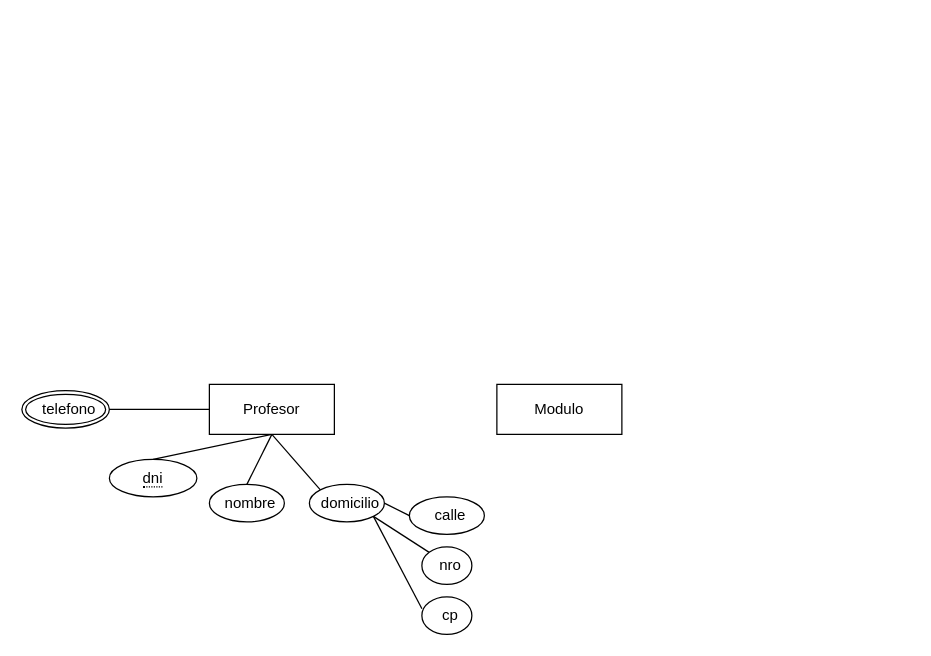
This is BaseDeDatos/ej1clase3.drawio from Donnie-MS/DiagramasUML-BaseDeDatos-Objetos2, a draw.io file, before an edit. Source tidied: cells renumbered, new cells numbered last; positions are measured from the earlier drawing's top-left corner, leaving out a move shared by most shapes. Both pictures are drawn from the tidied source at 125%, with x=0, y=0 at pixel (21, 384).
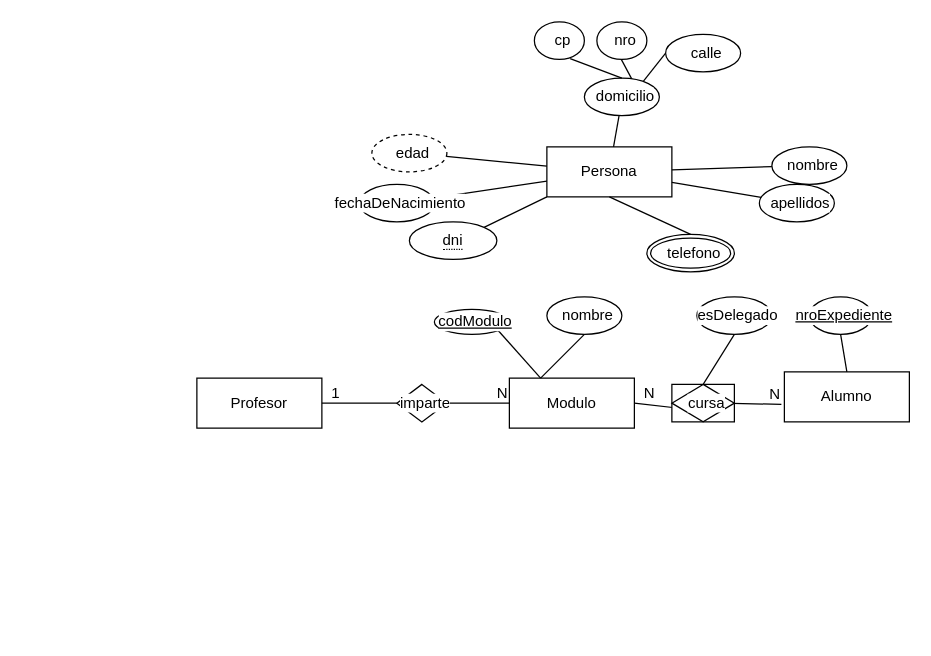
The same page after the edit.

Diff of the diagram source:
```diff
@@
-    <mxCell id="2" style="edgeStyle=none;shape=connector;rounded=0;jettySize=auto;html=1;exitX=0.5;exitY=1;exitDx=0;exitDy=0;entryX=0.5;entryY=0;entryDx=0;entryDy=0;strokeColor=default;align=center;verticalAlign=middle;fontFamily=Helvetica;fontSize=12;fontColor=default;labelBackgroundColor=default;endArrow=none;" parent="1" edge="1" source="4" target="5">
-      <mxGeometry relative="1" as="geometry" />
-    </mxCell>
-    <mxCell id="3" style="edgeStyle=none;shape=connector;rounded=0;jettySize=auto;html=1;exitX=0;exitY=0.5;exitDx=0;exitDy=0;entryX=0;entryY=0.5;entryDx=0;entryDy=0;strokeColor=default;align=center;verticalAlign=middle;fontFamily=Helvetica;fontSize=12;fontColor=default;labelBackgroundColor=default;endArrow=none;" parent="1" edge="1" source="4" target="16">
-      <mxGeometry relative="1" as="geometry" />
-    </mxCell>
     <mxCell id="4" value="Profesor" style="whiteSpace=wrap;html=1;align=center;" parent="1" vertex="1">
-      <mxGeometry x="150" width="100" height="40" as="geometry" />
+      <mxGeometry x="140" y="-5" width="100" height="40" as="geometry" />
     </mxCell>
+    <mxCell id="17" value="Modulo" style="whiteSpace=wrap;html=1;align=center;" parent="1" vertex="1">
+      <mxGeometry x="390" y="-5" width="100" height="40" as="geometry" />
+    </mxCell>
+    <mxCell id="18" style="endArrow=none;html=1;rounded=0;strokeColor=default;align=center;verticalAlign=middle;fontFamily=Helvetica;fontSize=12;fontColor=default;labelBackgroundColor=default;entryX=0;entryY=0.5;entryDx=0;entryDy=0;exitX=1;exitY=0.5;exitDx=0;exitDy=0;" parent="1" edge="1" source="22" target="17">
+      <mxGeometry relative="1" as="geometry" />
+    </mxCell>
+    <mxCell id="19" value="N" style="html=1;whiteSpace=wrap;align=right;verticalAlign=bottom;dashed=0;strokeColor=default;strokeWidth=1;spacingLeft=6;spacingTop=0;fontFamily=Helvetica;fontSize=12;fontColor=default;labelBackgroundColor=default;fillColor=default;" parent="18" vertex="1">
+      <mxGeometry x="1" relative="1" as="geometry" />
+    </mxCell>
+    <mxCell id="20" style="endArrow=none;html=1;rounded=0;strokeColor=default;align=center;verticalAlign=middle;fontFamily=Helvetica;fontSize=12;fontColor=default;labelBackgroundColor=default;entryX=0;entryY=0.5;entryDx=0;entryDy=0;exitX=1;exitY=0.5;exitDx=0;exitDy=0;" parent="1" edge="1" source="4" target="22">
+      <mxGeometry relative="1" as="geometry" />
+    </mxCell>
+    <mxCell id="21" value="1" style="html=1;whiteSpace=wrap;align=left;verticalAlign=bottom;dashed=0;strokeColor=default;strokeWidth=1;spacingLeft=6;spacingTop=0;fontFamily=Helvetica;fontSize=12;fontColor=default;labelBackgroundColor=default;fillColor=default;" parent="20" vertex="1">
+      <mxGeometry x="-1" relative="1" as="geometry" />
+    </mxCell>
+    <mxCell id="22" value="imparte" style="shape=rhombus;perimeter=rhombusPerimeter;whiteSpace=wrap;html=1;align=center;dashed=0;strokeColor=default;strokeWidth=1;verticalAlign=middle;spacingLeft=6;spacingTop=0;fontFamily=Helvetica;fontSize=12;fontColor=default;labelBackgroundColor=default;fillColor=default;" parent="1" vertex="1">
+      <mxGeometry x="300" width="40" height="30" as="geometry" />
+    </mxCell>
+    <mxCell id="23" style="edgeStyle=none;shape=connector;rounded=0;jettySize=auto;html=1;exitX=1;exitY=1;exitDx=0;exitDy=0;entryX=0.25;entryY=0;entryDx=0;entryDy=0;strokeColor=default;align=center;verticalAlign=middle;fontFamily=Helvetica;fontSize=12;fontColor=default;labelBackgroundColor=default;endArrow=none;" parent="1" edge="1" source="24" target="17">
+      <mxGeometry relative="1" as="geometry" />
+    </mxCell>
+    <mxCell id="24" value="codModulo" style="ellipse;whiteSpace=wrap;html=1;align=center;fontStyle=4;dashed=0;strokeColor=default;strokeWidth=1;verticalAlign=middle;spacingLeft=6;spacingTop=0;fontFamily=Helvetica;fontSize=12;fontColor=default;labelBackgroundColor=default;fillColor=default;" parent="1" vertex="1">
+      <mxGeometry x="330" y="-60" width="60" height="20" as="geometry" />
+    </mxCell>
+    <mxCell id="25" style="edgeStyle=none;shape=connector;rounded=0;jettySize=auto;html=1;exitX=0.5;exitY=1;exitDx=0;exitDy=0;entryX=0.25;entryY=0;entryDx=0;entryDy=0;strokeColor=default;align=center;verticalAlign=middle;fontFamily=Helvetica;fontSize=12;fontColor=default;labelBackgroundColor=default;endArrow=none;" parent="1" edge="1" source="26" target="17">
+      <mxGeometry relative="1" as="geometry" />
+    </mxCell>
+    <mxCell id="26" value="nombre" style="ellipse;whiteSpace=wrap;html=1;align=center;dashed=0;strokeColor=default;strokeWidth=1;verticalAlign=middle;spacingLeft=6;spacingTop=0;fontFamily=Helvetica;fontSize=12;fontColor=default;labelBackgroundColor=default;fillColor=default;" parent="1" vertex="1">
+      <mxGeometry x="420" y="-70" width="60" height="30" as="geometry" />
+    </mxCell>
+    <mxCell id="27" value="Alumno" style="whiteSpace=wrap;html=1;align=center;" parent="1" vertex="1">
+      <mxGeometry x="610" y="-10" width="100" height="40" as="geometry" />
+    </mxCell>
+    <mxCell id="28" style="endArrow=none;html=1;rounded=0;strokeColor=default;align=center;verticalAlign=middle;fontFamily=Helvetica;fontSize=12;fontColor=default;labelBackgroundColor=default;exitX=1;exitY=0.5;exitDx=0;exitDy=0;entryX=-0.024;entryY=0.65;entryDx=0;entryDy=0;entryPerimeter=0;" parent="1" edge="1" target="27">
+      <mxGeometry relative="1" as="geometry">
+        <mxPoint x="560" y="15" as="sourcePoint" />
+      </mxGeometry>
+    </mxCell>
+    <mxCell id="29" value="N" style="html=1;whiteSpace=wrap;align=right;verticalAlign=bottom;dashed=0;strokeColor=default;strokeWidth=1;spacingLeft=6;spacingTop=0;fontFamily=Helvetica;fontSize=12;fontColor=default;labelBackgroundColor=default;fillColor=default;" parent="28" vertex="1">
+      <mxGeometry x="1" relative="1" as="geometry" />
+    </mxCell>
+    <mxCell id="30" style="endArrow=none;html=1;rounded=0;strokeColor=default;align=center;verticalAlign=middle;fontFamily=Helvetica;fontSize=12;fontColor=default;labelBackgroundColor=default;exitX=1;exitY=0.5;exitDx=0;exitDy=0;entryX=-0.024;entryY=0.65;entryDx=0;entryDy=0;entryPerimeter=0;" parent="1" edge="1" source="17">
+      <mxGeometry relative="1" as="geometry">
+        <mxPoint x="529.3" y="19.5" as="targetPoint" />
+      </mxGeometry>
+    </mxCell>
+    <mxCell id="31" value="N" style="html=1;whiteSpace=wrap;align=left;verticalAlign=bottom;dashed=0;strokeColor=default;strokeWidth=1;spacingLeft=6;spacingTop=0;fontFamily=Helvetica;fontSize=12;fontColor=default;labelBackgroundColor=default;fillColor=default;" parent="30" vertex="1">
+      <mxGeometry x="-1" relative="1" as="geometry" />
+    </mxCell>
+    <mxCell id="32" value="cursa" style="shape=associativeEntity;whiteSpace=wrap;html=1;align=center;dashed=0;strokeColor=default;strokeWidth=1;verticalAlign=middle;spacingLeft=6;spacingTop=0;fontFamily=Helvetica;fontSize=12;fontColor=default;labelBackgroundColor=default;fillColor=default;" parent="1" vertex="1">
+      <mxGeometry x="520" width="50" height="30" as="geometry" />
+    </mxCell>
+    <mxCell id="33" value="esDelegado" style="ellipse;whiteSpace=wrap;html=1;align=center;dashed=0;strokeColor=default;strokeWidth=1;verticalAlign=middle;spacingLeft=6;spacingTop=0;fontFamily=Helvetica;fontSize=12;fontColor=default;labelBackgroundColor=default;fillColor=default;" parent="1" vertex="1">
+      <mxGeometry x="540" y="-70" width="60" height="30" as="geometry" />
+    </mxCell>
+    <mxCell id="34" style="edgeStyle=none;shape=connector;rounded=0;jettySize=auto;html=1;exitX=0.5;exitY=1;exitDx=0;exitDy=0;entryX=0.5;entryY=0;entryDx=0;entryDy=0;strokeColor=default;align=center;verticalAlign=middle;fontFamily=Helvetica;fontSize=12;fontColor=default;labelBackgroundColor=default;endArrow=none;" parent="1" edge="1" source="33" target="32">
+      <mxGeometry relative="1" as="geometry" />
+    </mxCell>
+    <mxCell id="35" style="edgeStyle=none;shape=connector;rounded=0;jettySize=auto;html=1;exitX=0.5;exitY=1;exitDx=0;exitDy=0;entryX=0.5;entryY=0;entryDx=0;entryDy=0;strokeColor=default;align=center;verticalAlign=middle;fontFamily=Helvetica;fontSize=12;fontColor=default;labelBackgroundColor=default;endArrow=none;" parent="1" edge="1" source="36" target="27">
+      <mxGeometry relative="1" as="geometry" />
+    </mxCell>
+    <mxCell id="36" value="nroExpediente" style="ellipse;whiteSpace=wrap;html=1;align=center;fontStyle=4;dashed=0;strokeColor=default;strokeWidth=1;verticalAlign=middle;spacingLeft=6;spacingTop=0;fontFamily=Helvetica;fontSize=12;fontColor=default;labelBackgroundColor=default;fillColor=default;" parent="1" vertex="1">
+      <mxGeometry x="630" y="-70" width="50" height="30" as="geometry" />
+    </mxCell>
+    <mxCell id="37" value="Persona" style="whiteSpace=wrap;html=1;align=center;" parent="1" vertex="1">
+      <mxGeometry x="420" y="-190" width="100" height="40" as="geometry" />
+    </mxCell>
+    <mxCell id="38" style="edgeStyle=none;shape=connector;rounded=0;jettySize=auto;html=1;strokeColor=default;align=center;verticalAlign=middle;fontFamily=Helvetica;fontSize=12;fontColor=default;labelBackgroundColor=default;endArrow=none;" parent="1" edge="1" source="39" target="37">
+      <mxGeometry relative="1" as="geometry" />
+    </mxCell>
+    <mxCell id="39" value="nombre" style="ellipse;whiteSpace=wrap;html=1;align=center;dashed=0;strokeColor=default;strokeWidth=1;verticalAlign=middle;spacingLeft=6;spacingTop=0;fontFamily=Helvetica;fontSize=12;fontColor=default;labelBackgroundColor=default;fillColor=default;" parent="1" vertex="1">
+      <mxGeometry x="600" y="-190" width="60" height="30" as="geometry" />
+    </mxCell>
+    <mxCell id="40" style="edgeStyle=none;shape=connector;rounded=0;jettySize=auto;html=1;strokeColor=default;align=center;verticalAlign=middle;fontFamily=Helvetica;fontSize=12;fontColor=default;labelBackgroundColor=default;endArrow=none;" parent="1" edge="1" source="41" target="37">
+      <mxGeometry relative="1" as="geometry" />
+    </mxCell>
+    <mxCell id="41" value="apellidos" style="ellipse;whiteSpace=wrap;html=1;align=center;dashed=0;strokeColor=default;strokeWidth=1;verticalAlign=middle;spacingLeft=6;spacingTop=0;fontFamily=Helvetica;fontSize=12;fontColor=default;labelBackgroundColor=default;fillColor=default;" parent="1" vertex="1">
+      <mxGeometry x="590" y="-160" width="60" height="30" as="geometry" />
+    </mxCell>
+    <mxCell id="42" style="edgeStyle=none;shape=connector;rounded=0;jettySize=auto;html=1;strokeColor=default;align=center;verticalAlign=middle;fontFamily=Helvetica;fontSize=12;fontColor=default;labelBackgroundColor=default;endArrow=none;" parent="1" edge="1" source="43" target="37">
+      <mxGeometry relative="1" as="geometry" />
+    </mxCell>
+    <mxCell id="43" value="edad" style="ellipse;whiteSpace=wrap;html=1;align=center;dashed=1;strokeColor=default;strokeWidth=1;verticalAlign=middle;spacingLeft=6;spacingTop=0;fontFamily=Helvetica;fontSize=12;fontColor=default;labelBackgroundColor=default;fillColor=default;" parent="1" vertex="1">
+      <mxGeometry x="280" y="-200" width="60" height="30" as="geometry" />
+    </mxCell>
+    <mxCell id="44" style="edgeStyle=none;shape=connector;rounded=0;jettySize=auto;html=1;strokeColor=default;align=center;verticalAlign=middle;fontFamily=Helvetica;fontSize=12;fontColor=default;labelBackgroundColor=default;endArrow=none;" parent="1" edge="1" source="45" target="37">
+      <mxGeometry relative="1" as="geometry" />
+    </mxCell>
+    <mxCell id="45" value="fechaDeNacimiento" style="ellipse;whiteSpace=wrap;html=1;align=center;dashed=0;strokeColor=default;strokeWidth=1;verticalAlign=middle;spacingLeft=6;spacingTop=0;fontFamily=Helvetica;fontSize=12;fontColor=default;labelBackgroundColor=default;fillColor=default;" parent="1" vertex="1">
+      <mxGeometry x="270" y="-160" width="60" height="30" as="geometry" />
+    </mxCell>
+    <mxCell id="46" style="edgeStyle=none;shape=connector;rounded=0;jettySize=auto;html=1;exitX=1;exitY=0;exitDx=0;exitDy=0;entryX=0;entryY=1;entryDx=0;entryDy=0;strokeColor=default;align=center;verticalAlign=middle;fontFamily=Helvetica;fontSize=12;fontColor=default;labelBackgroundColor=default;endArrow=none;" parent="1" edge="1" source="5" target="37">
+      <mxGeometry relative="1" as="geometry" />
+    </mxCell>
     <mxCell id="5" value="&lt;span style=&quot;border-bottom: 1px dotted&quot;&gt;dni&lt;/span&gt;" style="ellipse;whiteSpace=wrap;html=1;align=center;" parent="1" vertex="1">
-      <mxGeometry x="70" y="60" width="70" height="30" as="geometry" />
+      <mxGeometry x="310" y="-130" width="70" height="30" as="geometry" />
     </mxCell>
-    <mxCell id="6" style="edgeStyle=none;shape=connector;rounded=0;jettySize=auto;html=1;exitX=0.5;exitY=0;exitDx=0;exitDy=0;strokeColor=default;align=center;verticalAlign=middle;fontFamily=Helvetica;fontSize=12;fontColor=default;labelBackgroundColor=default;endArrow=none;entryX=0.5;entryY=1;entryDx=0;entryDy=0;" parent="1" edge="1" source="7" target="4">
-      <mxGeometry relative="1" as="geometry" />
-    </mxCell>
-    <mxCell id="7" value="nombre" style="ellipse;whiteSpace=wrap;html=1;align=center;dashed=0;strokeColor=default;strokeWidth=1;verticalAlign=middle;spacingLeft=6;spacingTop=0;fontFamily=Helvetica;fontSize=12;fontColor=default;labelBackgroundColor=default;fillColor=default;" parent="1" vertex="1">
-      <mxGeometry x="150" y="80" width="60" height="30" as="geometry" />
-    </mxCell>
-    <mxCell id="8" style="edgeStyle=none;shape=connector;rounded=0;jettySize=auto;html=1;exitX=0;exitY=0;exitDx=0;exitDy=0;entryX=0.5;entryY=1;entryDx=0;entryDy=0;strokeColor=default;align=center;verticalAlign=middle;fontFamily=Helvetica;fontSize=12;fontColor=default;labelBackgroundColor=default;endArrow=none;" parent="1" edge="1" source="11" target="4">
-      <mxGeometry relative="1" as="geometry" />
-    </mxCell>
-    <mxCell id="9" style="edgeStyle=none;shape=connector;rounded=0;jettySize=auto;html=1;exitX=1;exitY=0.5;exitDx=0;exitDy=0;entryX=0;entryY=0.5;entryDx=0;entryDy=0;strokeColor=default;align=center;verticalAlign=middle;fontFamily=Helvetica;fontSize=12;fontColor=default;labelBackgroundColor=default;endArrow=none;" parent="1" edge="1" source="11" target="12">
+    <mxCell id="9" style="edgeStyle=none;shape=connector;rounded=0;jettySize=auto;html=1;exitX=0.788;exitY=0.079;exitDx=0;exitDy=0;entryX=0;entryY=0.5;entryDx=0;entryDy=0;strokeColor=default;align=center;verticalAlign=middle;fontFamily=Helvetica;fontSize=12;fontColor=default;labelBackgroundColor=default;endArrow=none;exitPerimeter=0;" parent="1" edge="1" source="11" target="12">
       <mxGeometry relative="1" as="geometry" />
     </mxCell>
@@
+    <mxCell id="47" style="edgeStyle=none;shape=connector;rounded=0;jettySize=auto;html=1;strokeColor=default;align=center;verticalAlign=middle;fontFamily=Helvetica;fontSize=12;fontColor=default;labelBackgroundColor=default;endArrow=none;" parent="1" edge="1" source="11" target="37">
+      <mxGeometry relative="1" as="geometry" />
+    </mxCell>
     <mxCell id="11" value="domicilio" style="ellipse;whiteSpace=wrap;html=1;align=center;dashed=0;strokeColor=default;strokeWidth=1;verticalAlign=middle;spacingLeft=6;spacingTop=0;fontFamily=Helvetica;fontSize=12;fontColor=default;labelBackgroundColor=default;fillColor=default;" parent="1" vertex="1">
-      <mxGeometry x="230" y="80" width="60" height="30" as="geometry" />
+      <mxGeometry x="450" y="-245" width="60" height="30" as="geometry" />
     </mxCell>
     <mxCell id="12" value="calle" style="ellipse;whiteSpace=wrap;html=1;align=center;dashed=0;strokeColor=default;strokeWidth=1;verticalAlign=middle;spacingLeft=6;spacingTop=0;fontFamily=Helvetica;fontSize=12;fontColor=default;labelBackgroundColor=default;fillColor=default;" parent="1" vertex="1">
-      <mxGeometry x="310" y="90" width="60" height="30" as="geometry" />
+      <mxGeometry x="515" y="-280" width="60" height="30" as="geometry" />
     </mxCell>
     <mxCell id="13" value="cp" style="ellipse;whiteSpace=wrap;html=1;align=center;dashed=0;strokeColor=default;strokeWidth=1;verticalAlign=middle;spacingLeft=6;spacingTop=0;fontFamily=Helvetica;fontSize=12;fontColor=default;labelBackgroundColor=default;fillColor=default;" parent="1" vertex="1">
-      <mxGeometry x="320" y="170" width="40" height="30" as="geometry" />
+      <mxGeometry x="410" y="-290" width="40" height="30" as="geometry" />
     </mxCell>
     <mxCell id="14" value="nro" style="ellipse;whiteSpace=wrap;html=1;align=center;dashed=0;strokeColor=default;strokeWidth=1;verticalAlign=middle;spacingLeft=6;spacingTop=0;fontFamily=Helvetica;fontSize=12;fontColor=default;labelBackgroundColor=default;fillColor=default;" parent="1" vertex="1">
-      <mxGeometry x="320" y="130" width="40" height="30" as="geometry" />
+      <mxGeometry x="460" y="-290" width="40" height="30" as="geometry" />
     </mxCell>
-    <mxCell id="15" style="edgeStyle=none;shape=connector;rounded=0;jettySize=auto;html=1;exitX=1;exitY=1;exitDx=0;exitDy=0;entryX=0.001;entryY=0.315;entryDx=0;entryDy=0;entryPerimeter=0;strokeColor=default;align=center;verticalAlign=middle;fontFamily=Helvetica;fontSize=12;fontColor=default;labelBackgroundColor=default;endArrow=none;" parent="1" edge="1" source="11" target="13">
+    <mxCell id="15" style="edgeStyle=none;shape=connector;rounded=0;jettySize=auto;html=1;exitX=0.5;exitY=0;exitDx=0;exitDy=0;entryX=0.716;entryY=0.982;entryDx=0;entryDy=0;entryPerimeter=0;strokeColor=default;align=center;verticalAlign=middle;fontFamily=Helvetica;fontSize=12;fontColor=default;labelBackgroundColor=default;endArrow=none;" parent="1" edge="1" source="11" target="13">
       <mxGeometry relative="1" as="geometry" />
     </mxCell>
+    <mxCell id="48" style="edgeStyle=none;shape=connector;rounded=0;jettySize=auto;html=1;exitX=0.5;exitY=0;exitDx=0;exitDy=0;entryX=0.5;entryY=1;entryDx=0;entryDy=0;strokeColor=default;align=center;verticalAlign=middle;fontFamily=Helvetica;fontSize=12;fontColor=default;labelBackgroundColor=default;endArrow=none;" parent="1" edge="1" source="16" target="37">
+      <mxGeometry relative="1" as="geometry" />
+    </mxCell>
     <mxCell id="16" value="telefono" style="ellipse;shape=doubleEllipse;margin=3;whiteSpace=wrap;html=1;align=center;dashed=0;strokeColor=default;strokeWidth=1;verticalAlign=middle;spacingLeft=6;spacingTop=0;fontFamily=Helvetica;fontSize=12;fontColor=default;labelBackgroundColor=default;fillColor=default;" parent="1" vertex="1">
-      <mxGeometry y="5" width="70" height="30" as="geometry" />
+      <mxGeometry x="500" y="-120" width="70" height="30" as="geometry" />
     </mxCell>
-    <mxCell id="17" value="Modulo" style="whiteSpace=wrap;html=1;align=center;" parent="1" vertex="1">
-      <mxGeometry x="380" width="100" height="40" as="geometry" />
-    </mxCell>
```
